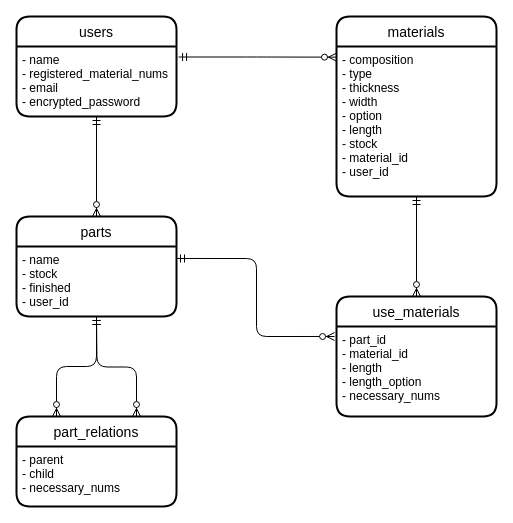
Earlier version of the draw.io diagram ERdiagram.drawio (orange-soba/material_control). Source tidied: cells renumbered, new cells numbered last; positions are measured from the earlier drawing's top-left corner, leaving out a move shared by most shapes. Both pictures are drawn from the tidied source at 100%, with x=0, y=0 at pixel (16, 16).
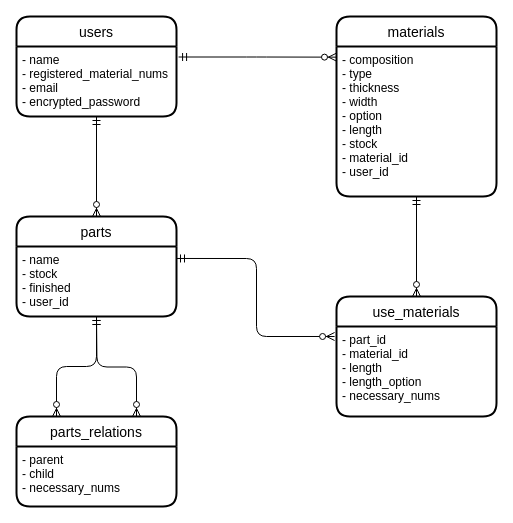
After the change.

Change to the diagram source:
```diff
@@
-    <mxCell id="8" value="part_relations" style="swimlane;horizontal=1;startSize=30;rounded=1;fontSize=14;fontStyle=0;strokeWidth=2;shadow=0;dashed=0;align=center;" parent="1" vertex="1">
+    <mxCell id="8" value="parts_relations" style="swimlane;horizontal=1;startSize=30;rounded=1;fontSize=14;fontStyle=0;strokeWidth=2;shadow=0;dashed=0;align=center;" parent="1" vertex="1">
       <mxGeometry y="400" width="160" height="90" as="geometry" />
     </mxCell>
```
